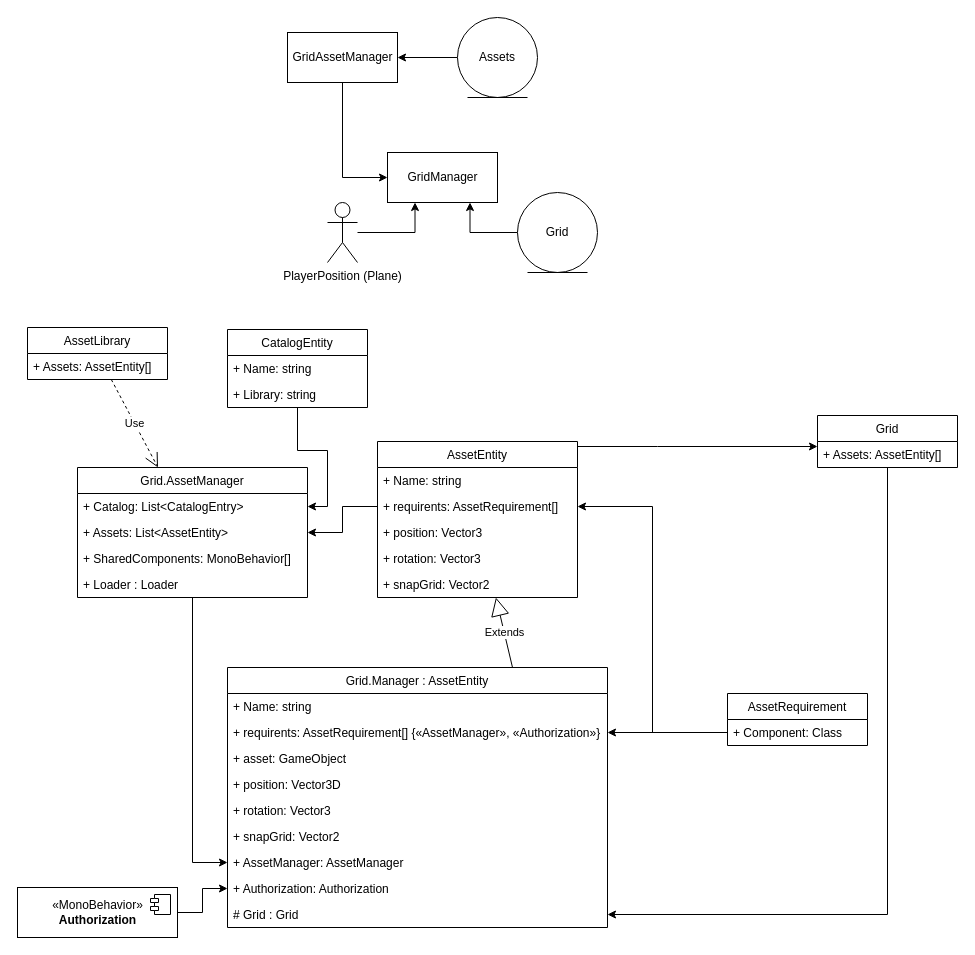
The draw.io diagram Unity/GridSystem.drawio in enbock/itbock.de, before the edit. Source tidied: cells renumbered, new cells numbered last; positions are measured from the earlier drawing's top-left corner, leaving out a move shared by most shapes. Both pictures are drawn from the tidied source at 100%, with x=0, y=0 at pixel (17, 17).
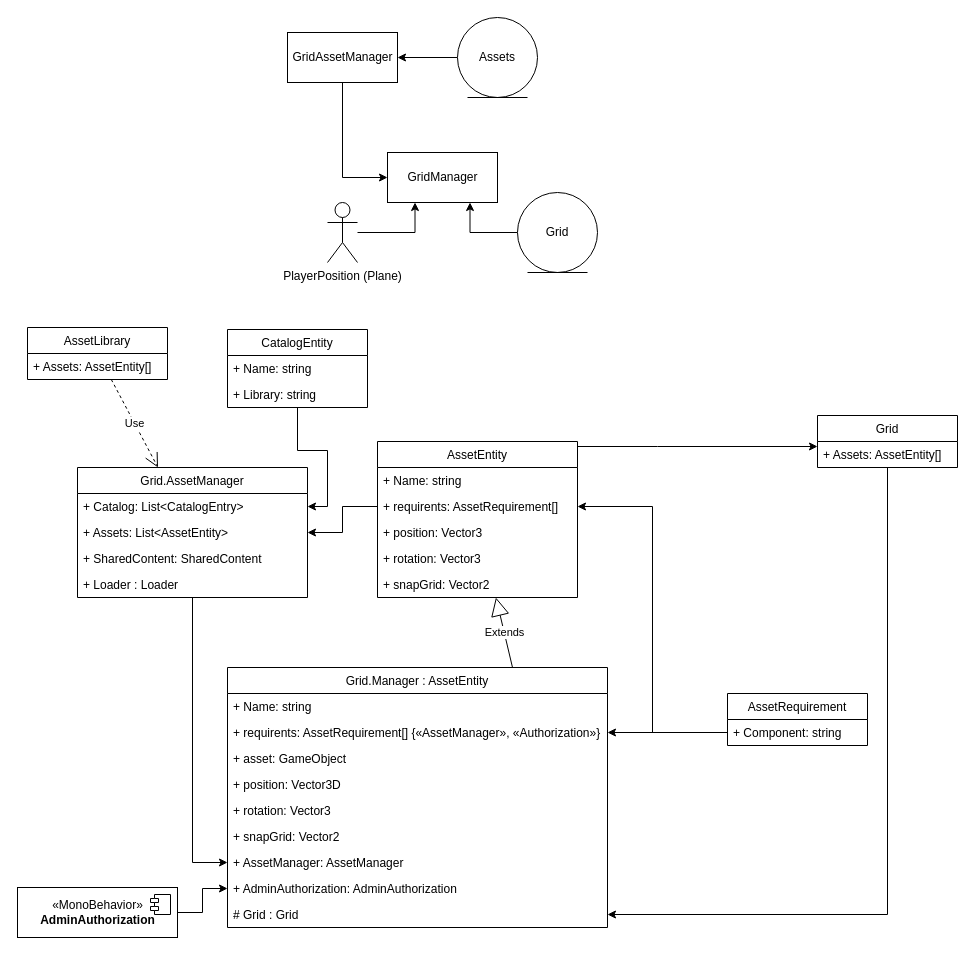
The same page after the edit.

The change refers to these unchanged cells:
```xml
<mxCell id="28" value="Grid.AssetManager" style="swimlane;fontStyle=0;horizontal=1;startSize=26;fillColor=none;" parent="1" vertex="1">
  <mxGeometry x="60" y="450" width="230" height="130" as="geometry" />
</mxCell>
<mxCell id="34" value="Grid.Manager : AssetEntity" style="swimlane;fontStyle=0;horizontal=1;startSize=26;fillColor=none;" parent="1" vertex="1">
  <mxGeometry x="210" y="650" width="380" height="260" as="geometry" />
</mxCell>
<mxCell id="51" value="AssetRequirement" style="swimlane;fontStyle=0;horizontal=1;startSize=26;fillColor=none;" parent="1" vertex="1">
  <mxGeometry x="710" y="676" width="140" height="52" as="geometry" />
</mxCell>
```

What changed in the source:
```diff
@@
-    <mxCell id="32" value="+ SharedComponents: MonoBehavior[]" style="text;strokeColor=none;fillColor=none;align=left;verticalAlign=top;spacingLeft=4;spacingRight=4;overflow=hidden;" parent="28" vertex="1">
+    <mxCell id="32" value="+ SharedContent: SharedContent" style="text;strokeColor=none;fillColor=none;align=left;verticalAlign=top;spacingLeft=4;spacingRight=4;overflow=hidden;" parent="28" vertex="1">
       <mxGeometry y="78" width="230" height="26" as="geometry" />
     </mxCell>
@@
-    <mxCell id="42" value="+ Authorization: Authorization" style="text;strokeColor=none;fillColor=none;align=left;verticalAlign=top;spacingLeft=4;spacingRight=4;overflow=hidden;points=[[0,0.5],[1,0.5]];portConstraint=eastwest;" parent="34" vertex="1">
+    <mxCell id="42" value="+ AdminAuthorization: AdminAuthorization" style="text;strokeColor=none;fillColor=none;align=left;verticalAlign=top;spacingLeft=4;spacingRight=4;overflow=hidden;points=[[0,0.5],[1,0.5]];portConstraint=eastwest;" parent="34" vertex="1">
       <mxGeometry y="208" width="380" height="26" as="geometry" />
     </mxCell>
@@
-    <mxCell id="49" value="«MonoBehavior»&lt;br&gt;&lt;b&gt;Authorization&lt;/b&gt;" style="html=1;" parent="1" vertex="1">
+    <mxCell id="49" value="«MonoBehavior»&lt;br&gt;&lt;b&gt;AdminAuthorization&lt;/b&gt;" style="html=1;" parent="1" vertex="1">
       <mxGeometry y="870" width="160" height="50" as="geometry" />
     </mxCell>
@@
-    <mxCell id="52" value="+ Component: Class" style="text;strokeColor=none;fillColor=none;align=left;verticalAlign=top;spacingLeft=4;spacingRight=4;overflow=hidden;points=[[0,0.5],[1,0.5]];portConstraint=eastwest;" parent="51" vertex="1">
+    <mxCell id="52" value="+ Component: string" style="text;strokeColor=none;fillColor=none;align=left;verticalAlign=top;spacingLeft=4;spacingRight=4;overflow=hidden;points=[[0,0.5],[1,0.5]];portConstraint=eastwest;" parent="51" vertex="1">
       <mxGeometry y="26" width="140" height="26" as="geometry" />
     </mxCell>
```
